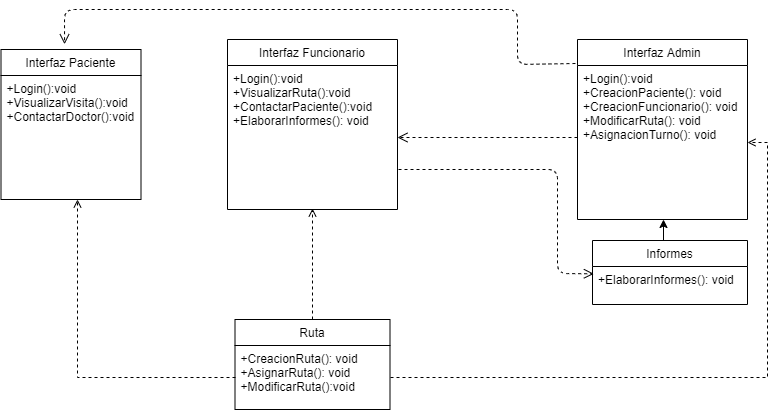
Before: Diagramas de clase/DiagramaCompleto.png, a diagram exported from draw.io (DanSotoC/G4HD). Source tidied: cells renumbered, new cells last; positions are measured from the earlier drawing's top-left corner, leaving out a move shared by most shapes.
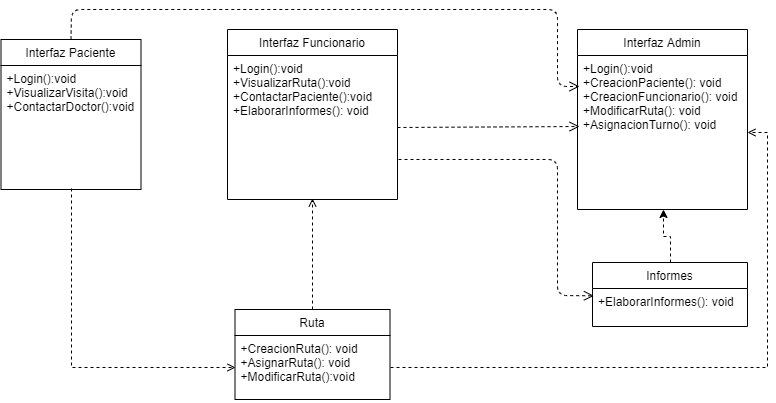
Later version of the same file.

Change to the diagram source:
```diff
@@ -8,19 +8,17 @@
     <mxCell id="3" value="+Login():void&#10;+VisualizarRuta():void&#10;+ContactarPaciente():void&#10;+ElaborarInformes(): void" style="text;strokeColor=none;fillColor=none;align=left;verticalAlign=top;spacingLeft=4;spacingRight=4;overflow=hidden;points=[[0,0.5],[1,0.5]];portConstraint=eastwest;" parent="2" vertex="1">
       <mxGeometry y="26" width="170" height="144" as="geometry" />
     </mxCell>
-    <mxCell id="4" style="edgeStyle=orthogonalEdgeStyle;rounded=0;jettySize=auto;html=1;exitX=0.5;exitY=0;exitDx=0;exitDy=0;entryX=0.506;entryY=1;entryDx=0;entryDy=0;entryPerimeter=0;" parent="1" edge="1" source="5" target="9">
+    <mxCell id="4" style="edgeStyle=orthogonalEdgeStyle;rounded=0;jettySize=auto;html=1;exitX=0.5;exitY=0;exitDx=0;exitDy=0;entryX=0.506;entryY=1;entryDx=0;entryDy=0;entryPerimeter=0;dashed=1;" parent="1" edge="1" source="5" target="9">
       <mxGeometry relative="1" as="geometry" />
     </mxCell>
     <mxCell id="5" value="&#10;Informes&#10;" style="swimlane;fontStyle=0;horizontal=1;startSize=26;fillColor=none;" parent="1" vertex="1">
-      <mxGeometry x="591" y="231" width="155" height="64" as="geometry" />
+      <mxGeometry x="591" y="263" width="155" height="64" as="geometry" />
     </mxCell>
     <mxCell id="6" value="+ElaborarInformes(): void" style="text;strokeColor=none;fillColor=none;align=left;verticalAlign=top;spacingLeft=4;spacingRight=4;overflow=hidden;points=[[0,0.5],[1,0.5]];portConstraint=eastwest;" parent="5" vertex="1">
       <mxGeometry y="26" width="155" height="38" as="geometry" />
     </mxCell>
-    <mxCell id="7" style="html=1;verticalAlign=bottom;endArrow=open;dashed=1;endSize=8;entryX=1;entryY=0.5;entryDx=0;entryDy=0;" parent="1" edge="1" target="3">
-      <mxGeometry relative="1" as="geometry">
-        <mxPoint x="576" y="128" as="sourcePoint" />
-      </mxGeometry>
+    <mxCell id="7" style="html=1;verticalAlign=bottom;endArrow=open;dashed=1;endSize=8;exitX=1;exitY=0.5;exitDx=0;exitDy=0;entryX=0.012;entryY=0.461;entryDx=0;entryDy=0;entryPerimeter=0;" parent="1" edge="1" source="3" target="9">
+      <mxGeometry relative="1" as="geometry" />
     </mxCell>
     <mxCell id="8" value="&#10;Interfaz Admin&#10;" style="swimlane;fontStyle=0;horizontal=1;startSize=26;fillColor=none;" parent="1" vertex="1">
       <mxGeometry x="576" y="30" width="170" height="180" as="geometry" />
@@ -34,12 +32,12 @@
     <mxCell id="11" value="+Login():void&#10;+VisualizarVisita():void&#10;+ContactarDoctor():void" style="text;strokeColor=none;fillColor=none;align=left;verticalAlign=top;spacingLeft=4;spacingRight=4;overflow=hidden;points=[[0,0.5],[1,0.5]];portConstraint=eastwest;" parent="10" vertex="1">
       <mxGeometry y="26" width="140" height="124" as="geometry" />
     </mxCell>
-    <mxCell id="12" style="html=1;verticalAlign=bottom;endArrow=open;dashed=1;endSize=8;exitX=-0.012;exitY=-0.013;exitDx=0;exitDy=0;exitPerimeter=0;entryX=0.454;entryY=-0.035;entryDx=0;entryDy=0;entryPerimeter=0;" parent="1" edge="1" source="9" target="10">
+    <mxCell id="12" style="html=1;verticalAlign=bottom;endArrow=open;dashed=1;endSize=8;exitX=0.5;exitY=0;exitDx=0;exitDy=0;entryX=0.012;entryY=0.201;entryDx=0;entryDy=0;entryPerimeter=0;" parent="1" edge="1" source="10" target="9">
       <mxGeometry relative="1" as="geometry">
         <Array as="points">
-          <mxPoint x="516" y="55" />
-          <mxPoint x="516" />
-          <mxPoint x="63" />
+          <mxPoint x="70" y="10" />
+          <mxPoint x="556" y="10" />
+          <mxPoint x="556" y="87" />
         </Array>
       </mxGeometry>
     </mxCell>
@@ -48,7 +46,7 @@
         <mxPoint x="397" y="160" as="sourcePoint" />
         <Array as="points">
           <mxPoint x="556" y="160" />
-          <mxPoint x="556" y="264" />
+          <mxPoint x="556" y="296" />
         </Array>
       </mxGeometry>
     </mxCell>
@@ -61,7 +59,7 @@
     <mxCell id="16" value="+CreacionRuta(): void&#10;+AsignarRuta(): void&#10;+ModificarRuta():void" style="text;strokeColor=none;fillColor=none;align=left;verticalAlign=top;spacingLeft=4;spacingRight=4;overflow=hidden;points=[[0,0.5],[1,0.5]];portConstraint=eastwest;" parent="15" vertex="1">
       <mxGeometry y="26" width="155" height="64" as="geometry" />
     </mxCell>
-    <mxCell id="17" style="edgeStyle=orthogonalEdgeStyle;rounded=0;jettySize=auto;html=1;exitX=0;exitY=0.5;exitDx=0;exitDy=0;entryX=0.546;entryY=1;entryDx=0;entryDy=0;entryPerimeter=0;dashed=1;endArrow=open;endFill=0;" parent="1" edge="1" source="16" target="11">
+    <mxCell id="17" style="edgeStyle=orthogonalEdgeStyle;rounded=0;jettySize=auto;html=1;exitX=0.504;exitY=0.992;exitDx=0;exitDy=0;dashed=1;endArrow=open;endFill=0;exitPerimeter=0;entryX=0;entryY=0.5;entryDx=0;entryDy=0;" parent="1" edge="1" source="11" target="16">
       <mxGeometry relative="1" as="geometry" />
     </mxCell>
     <mxCell id="18" style="edgeStyle=orthogonalEdgeStyle;rounded=0;jettySize=auto;html=1;exitX=1;exitY=0.5;exitDx=0;exitDy=0;dashed=1;endArrow=open;endFill=0;entryX=1;entryY=0.5;entryDx=0;entryDy=0;" parent="1" edge="1" source="16" target="9">
```
